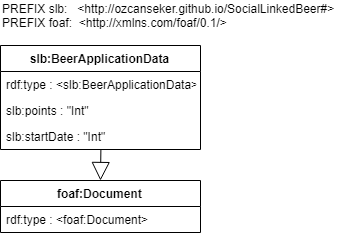
Above: docs/images/appdataontologie.png in ozcanseker/Social-linked-beer (draw.io), before the change. Source tidied: cells renumbered, new cells last; positions are measured from the earlier drawing's top-left corner, leaving out a move shared by most shapes.
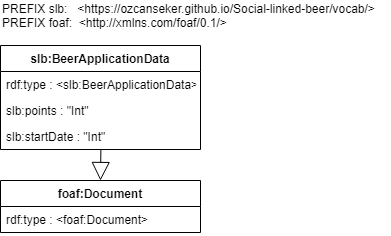
After the commit.

The edit, as a diff of the source:
```diff
@@ -8,8 +8,8 @@
     <mxCell id="3" value="rdf:type : &lt;foaf:Document&gt; &#10; " style="text;strokeColor=none;fillColor=none;align=left;verticalAlign=top;spacingLeft=4;spacingRight=4;overflow=hidden;" parent="2" vertex="1">
       <mxGeometry y="26" width="200" height="26" as="geometry" />
     </mxCell>
-    <mxCell id="4" value="PREFIX slb:&amp;nbsp; &amp;nbsp;&amp;lt;http://ozcanseker.github.io/SocialLinkedBeer#&amp;gt;&lt;br&gt;PREFIX foaf:&amp;nbsp; &amp;lt;http://xmlns.com/foaf/0.1/&amp;gt;&amp;nbsp;&lt;br&gt;" style="text;html=1;align=left;verticalAlign=middle;" parent="1" vertex="1">
-      <mxGeometry width="350" height="30" as="geometry" />
+    <mxCell id="4" value="PREFIX slb:&amp;nbsp; &amp;nbsp;&amp;lt;https://ozcanseker.github.io/Social-linked-beer/vocab/&amp;gt;&lt;br&gt;PREFIX foaf:&amp;nbsp; &amp;lt;http://xmlns.com/foaf/0.1/&amp;gt;&amp;nbsp;" style="text;html=1;align=left;verticalAlign=middle;" parent="1" vertex="1">
+      <mxGeometry width="390" height="30" as="geometry" />
     </mxCell>
     <mxCell id="5" value="slb:BeerApplicationData" style="swimlane;fontStyle=1;align=center;verticalAlign=top;horizontal=1;startSize=26;" parent="1" vertex="1">
       <mxGeometry y="45" width="200" height="104" as="geometry" />
```
